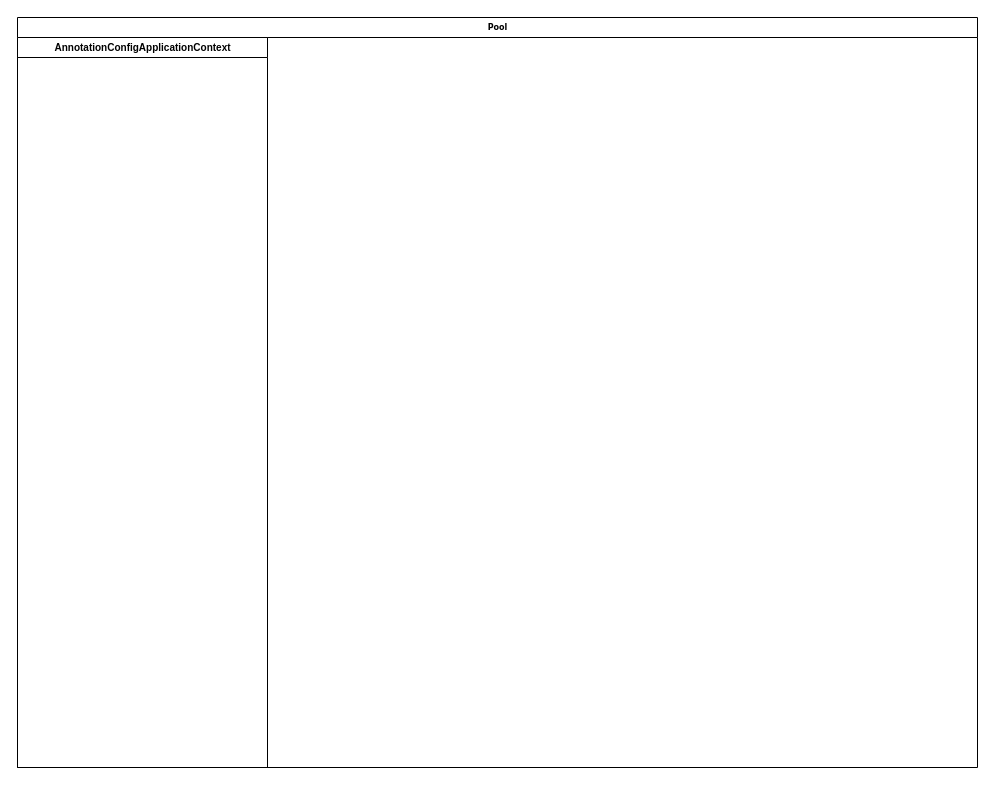
Before: 未命名绘图.drawio in Laspiirinne/PSO, a draw.io diagram. Source tidied: cells renumbered, new cells numbered last; positions are measured from the earlier drawing's top-left corner, leaving out a move shared by most shapes. Both pictures are drawn from the tidied source at 100%, with x=0, y=0 at pixel (17, 17).
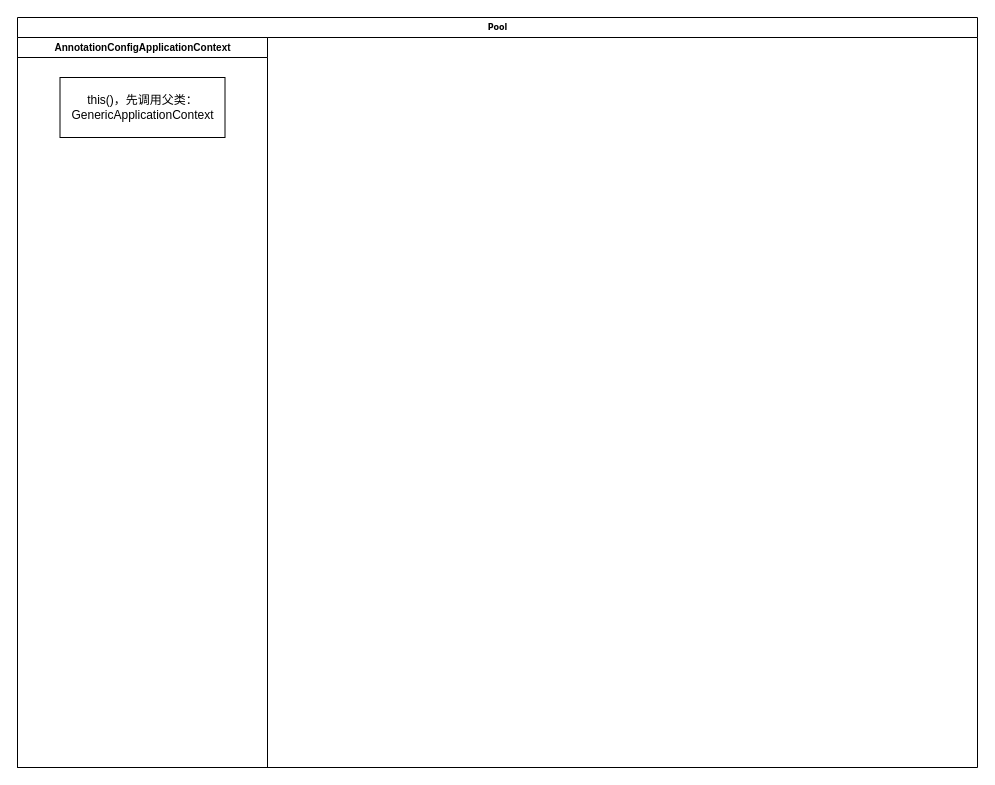
The same page after the edit.

Commit message (it also covers changes not shown here):
更新未命名绘图.drawio

What changed in the source:
```diff
@@
 <mxGraphModel>
   <root>
     <mxCell id="0" />
     <mxCell id="1" parent="0" />
     <mxCell id="2" value="Pool" style="swimlane;html=1;startSize=20;rounded=0;shadow=0;labelBackgroundColor=none;strokeWidth=1;fontFamily=Verdana;fontSize=8;align=center;" parent="1" vertex="1">
       <mxGeometry width="960" height="750" as="geometry" />
     </mxCell>
     <mxCell id="3" value="&lt;strong style=&quot;font-family: &amp;quot;lucida grande&amp;quot;, &amp;quot;lucida sans unicode&amp;quot;, lucida, helvetica, &amp;quot;Hiragino Sans GB&amp;quot;, &amp;quot;Microsoft YaHei&amp;quot;, &amp;quot;WenQuanYi Micro Hei&amp;quot;, sans-serif; text-align: start;&quot;&gt;&lt;font style=&quot;font-size: 10px;&quot;&gt;AnnotationConfigApplicationContext&lt;/font&gt;&lt;/strong&gt;" style="swimlane;html=1;startSize=20;" parent="2" vertex="1">
       <mxGeometry y="20" width="250" height="730" as="geometry" />
     </mxCell>
+    <mxCell id="4" value="this()，先调用父类：&lt;br&gt;GenericApplicationContext" style="rounded=0;whiteSpace=wrap;html=1;" parent="3" vertex="1">
+      <mxGeometry x="42.5" y="40" width="165" height="60" as="geometry" />
+    </mxCell>
   </root>
 </mxGraphModel>
```
